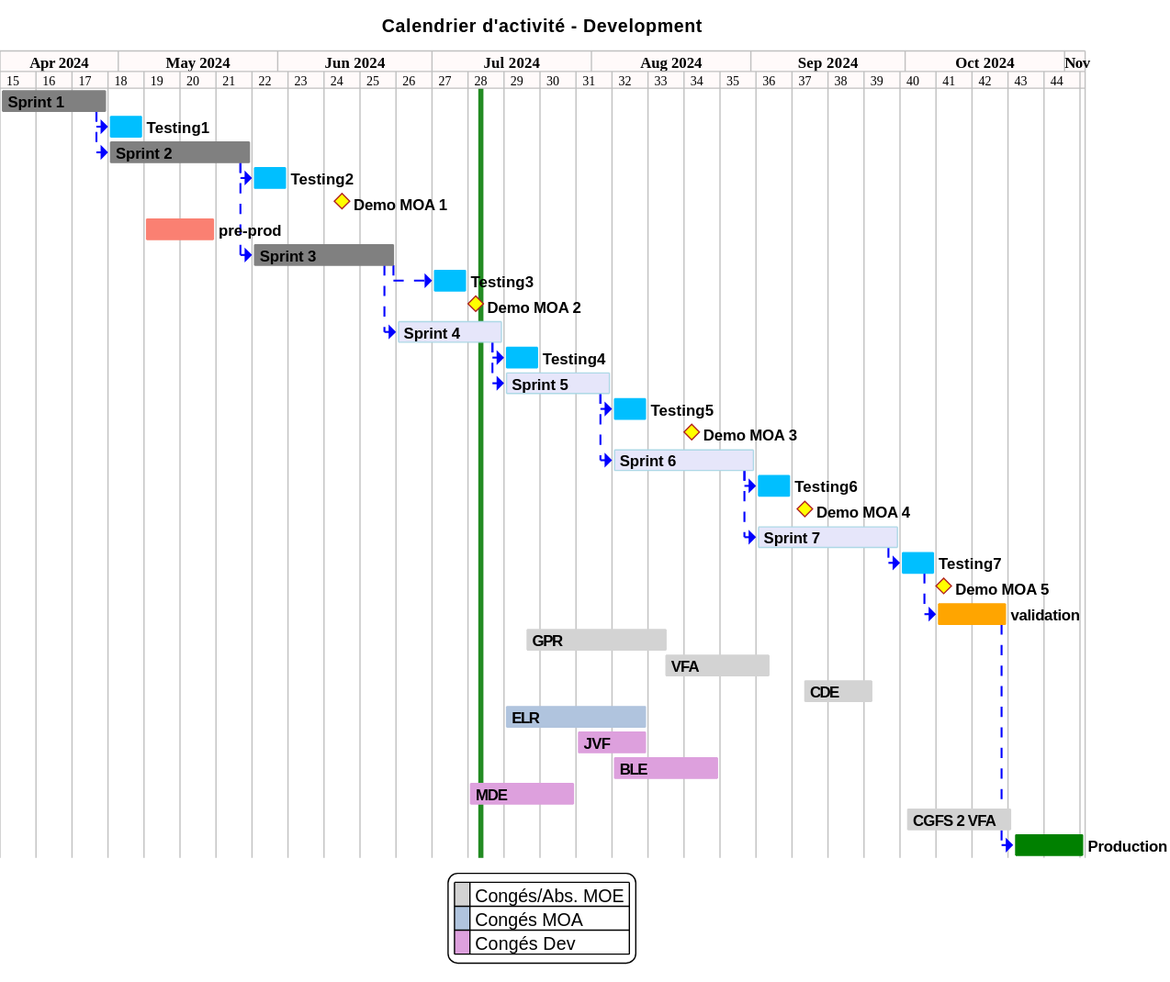
This is projects/activity-calendar/not/images/refonte-activity-calendar-planning-sprints.svg from sumaris-net/sumaris-doc, a PlantUML export, as it was before one commit.
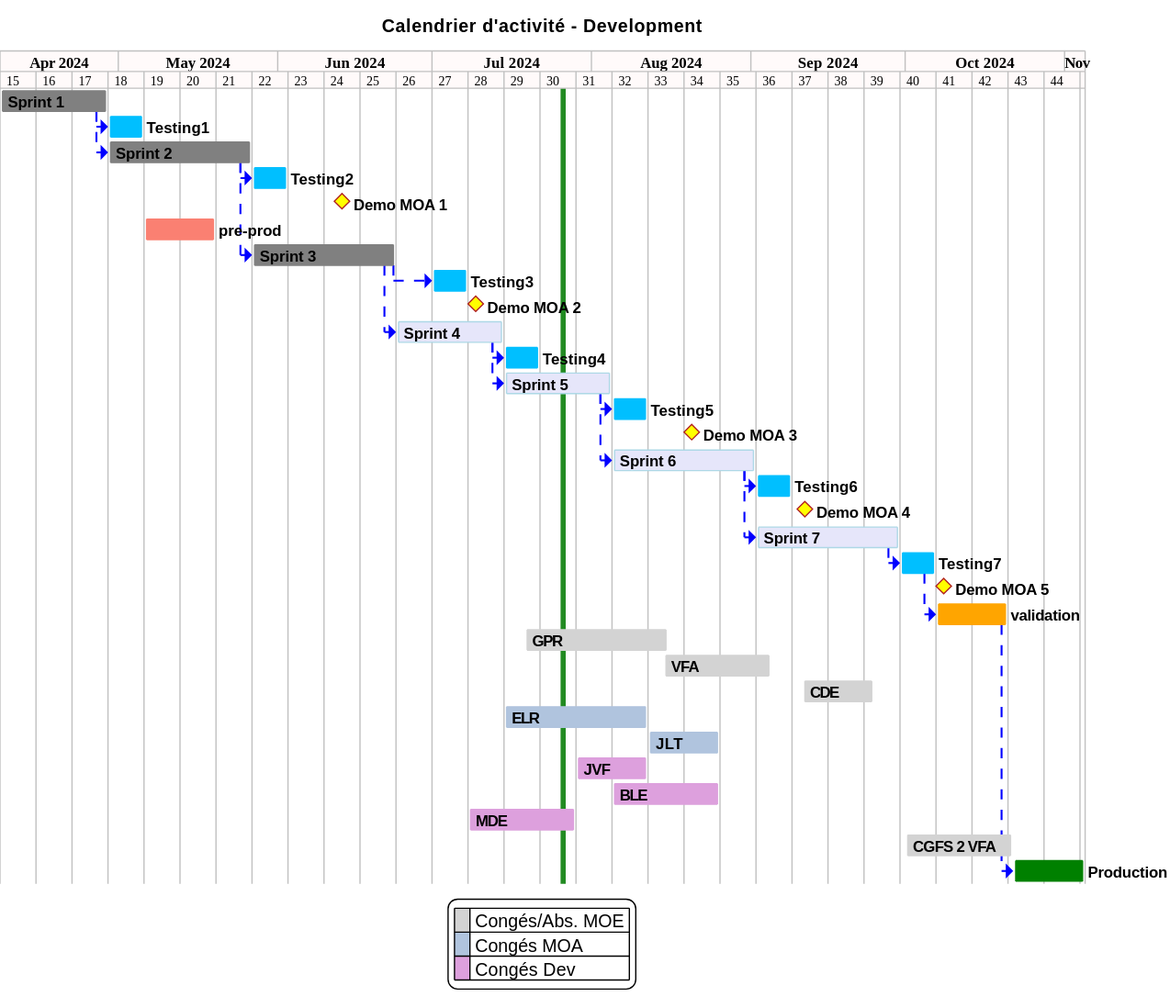
After the commit.

Change to the diagram source:
```diff
@@ -137,6 +137,9 @@
 [ELR] as [CONG_ELR] requires 4 week and starts the 15 of July 2024
 [ELR] is colored in lightsteelblue
 
+[JLT] as [CONG_JLT] requires 2 week and starts the 12 of August 2024
+[JLT] is colored in lightsteelblue
+
 [JVF] as [CONG_JVF] requires 2 week and starts the 29th of July 2024
 [JVF] is colored in plum
 
```
